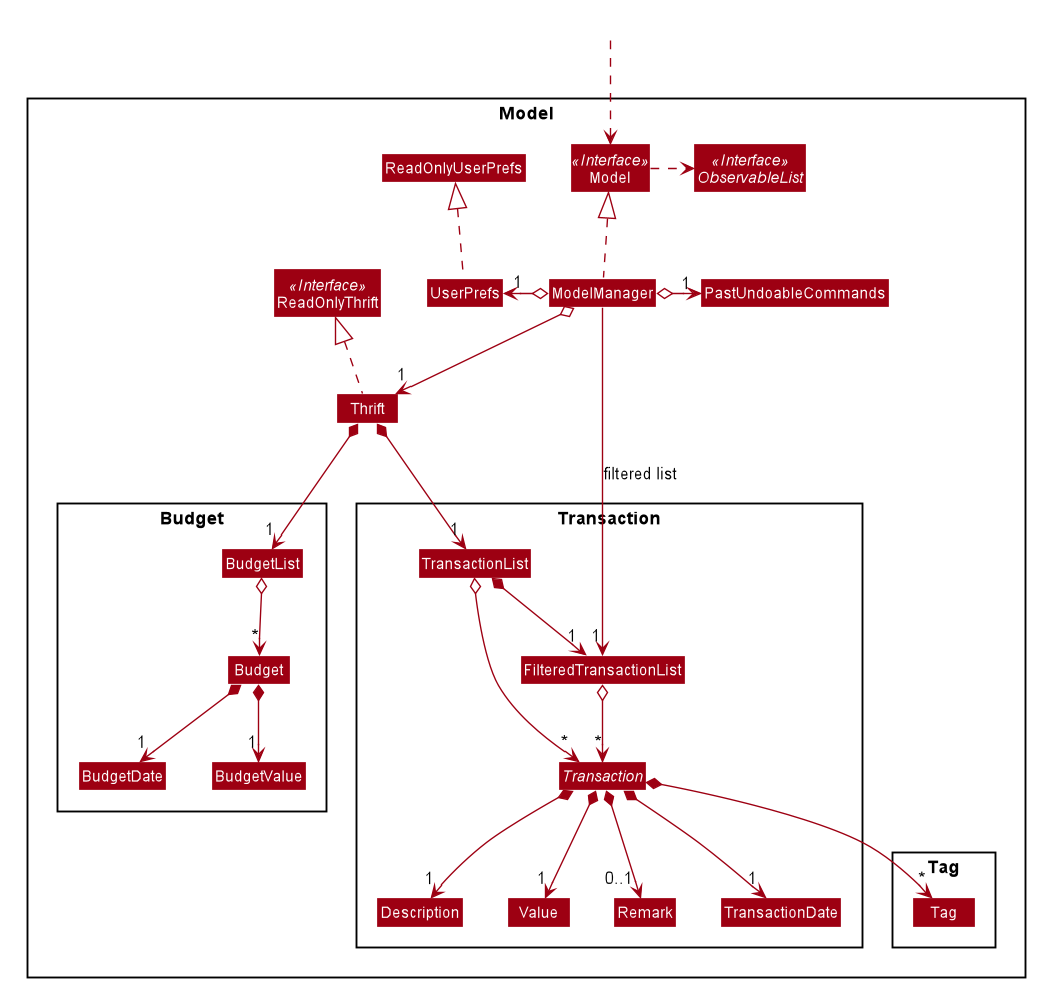
nus-cs2103-AY1920S1/addressbook-level3 keeps this PlantUML diagram as docs/images/ModelClassDiagram.png. Above is the earlier version.
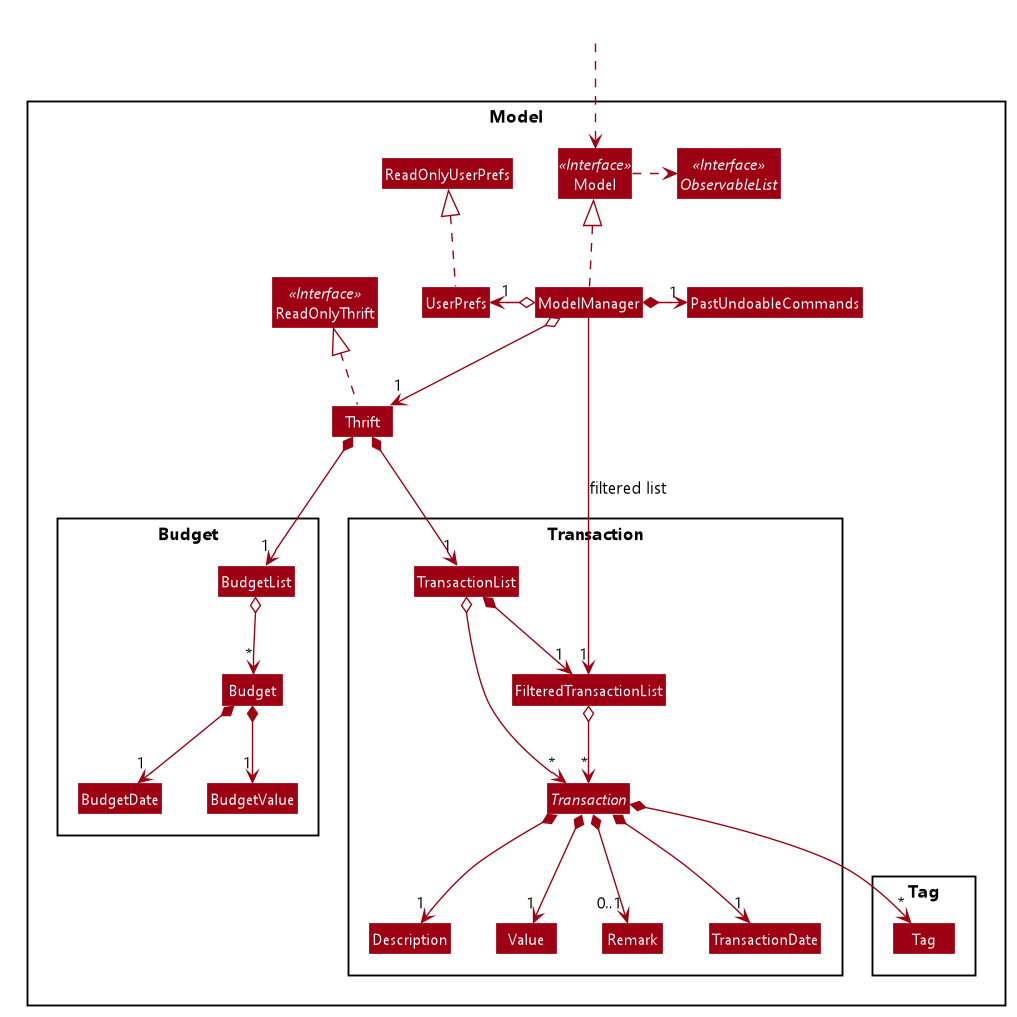
After the change.

The edit, as a diff of the source:
```diff
@@ -11,18 +11,23 @@
 
 skinparam Shadowing false
 
+skinparam MinClassWidth 50
+skinparam ParticipantPadding 10
+skinparam DefaultTextAlignment center
+skinparam packageStyle Rectangle
+
+skinparam defaultFontName Segoe UI
+
 skinparam Class {
     FontColor #FFFFFF
     BorderThickness 1
     BorderColor #FFFFFF
     StereotypeFontColor #FFFFFF
-    FontName Arial
 }
 
 skinparam Actor {
     BorderColor #000000
     Color #000000
-    FontName Arial
 }
 
 skinparam Sequence {
@@ -30,7 +35,6 @@
     BoxFontSize 15
     BoxPadding 0
     BoxFontColor #FFFFFF
-    FontName Arial
 }
 
 skinparam Participant {
@@ -38,11 +42,6 @@
     Padding 20
 }
 
-skinparam MinClassWidth 50
-skinparam ParticipantPadding 10
-skinparam Shadowing false
-skinparam DefaultTextAlignment center
-skinparam packageStyle Rectangle
 
 hide footbox
 hide members
@@ -95,7 +94,7 @@
 ModelManager o--> "1" Thrift
 ModelManager o-left-> "1" UserPrefs
 UserPrefs .up.|> ReadOnlyUserPrefs
-ModelManager o-right-> "1" PastUndoableCommands
+ModelManager *-right-> "1" PastUndoableCommands
 
 Thrift *--> "1" TransactionList
 Thrift *--> "1" BudgetList
```
